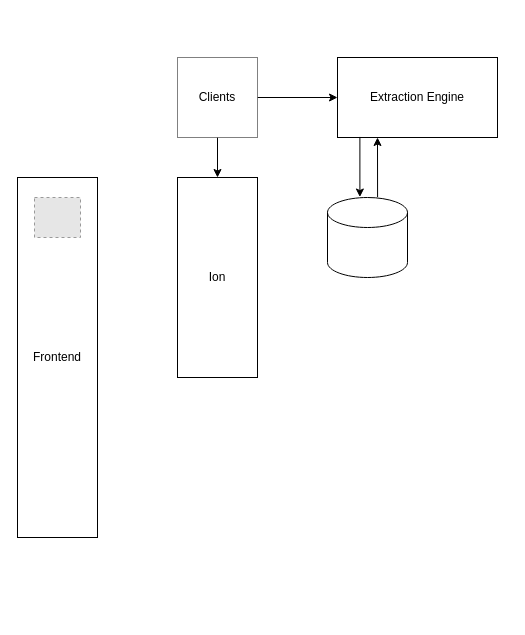
lvxhnat/ion keeps this draw.io diagram as assets/architecture.drawio. Above is the earlier version. Source tidied: cells renumbered, new cells numbered last; positions are measured from the earlier drawing's top-left corner, leaving out a move shared by most shapes. Both pictures are drawn from the tidied source at 100%, with x=0, y=0 at pixel (17, 57). Pictures stored in the file or linked from it are replaced by grey dashed boxes.
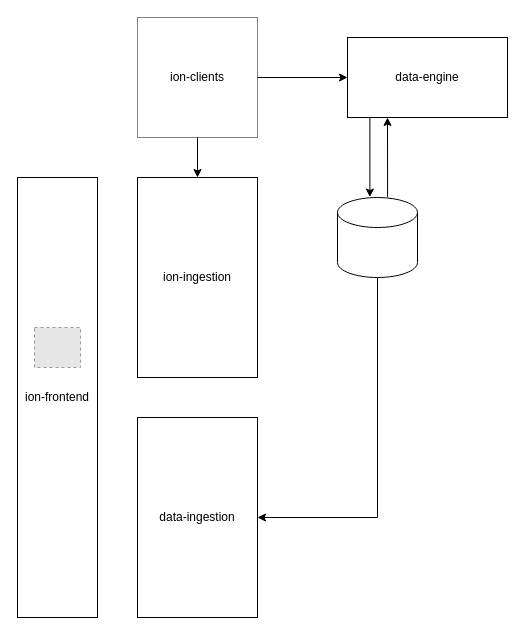
The same diagram, later.

What changed in the source:
```diff
@@
 <mxGraphModel>
   <root>
     <mxCell id="0" />
     <mxCell id="1" parent="0" />
-    <mxCell id="2" value="Frontend" style="rounded=0;whiteSpace=wrap;html=1;" parent="1" vertex="1">
-      <mxGeometry y="120" width="80" height="360" as="geometry" />
+    <mxCell id="2" value="ion-frontend" style="rounded=0;whiteSpace=wrap;html=1;" parent="1" vertex="1">
+      <mxGeometry y="120" width="80" height="440" as="geometry" />
     </mxCell>
     <mxCell id="3" style="fillColor=#E6E6E6;strokeColor=#999999;dashed=1;verticalLabelPosition=bottom;labelBackgroundColor=default;verticalAlign=top;" parent="1" vertex="1">
-      <mxGeometry x="17" y="140" width="46" height="40" as="geometry" />
+      <mxGeometry x="17" y="270" width="46" height="40" as="geometry" />
     </mxCell>
-    <mxCell id="4" value="Ion" style="rounded=0;whiteSpace=wrap;html=1;" parent="1" vertex="1">
-      <mxGeometry x="160" y="120" width="80" height="200" as="geometry" />
+    <mxCell id="4" value="ion-ingestion" style="rounded=0;whiteSpace=wrap;html=1;" parent="1" vertex="1">
+      <mxGeometry x="120" y="120" width="120" height="200" as="geometry" />
     </mxCell>
     <mxCell id="5" style="edgeStyle=orthogonalEdgeStyle;rounded=0;jettySize=auto;html=1;" parent="1" edge="1" source="7" target="4">
       <mxGeometry relative="1" as="geometry" />
     </mxCell>
     <mxCell id="6" style="edgeStyle=orthogonalEdgeStyle;rounded=0;jettySize=auto;html=1;" parent="1" edge="1" source="7" target="8">
       <mxGeometry relative="1" as="geometry" />
     </mxCell>
-    <mxCell id="7" value="Clients" style="whiteSpace=wrap;html=1;dashed=1;dashPattern=1 1;" parent="1" vertex="1">
-      <mxGeometry x="160" width="80" height="80" as="geometry" />
+    <mxCell id="7" value="ion-clients" style="whiteSpace=wrap;html=1;dashed=1;dashPattern=1 1;" parent="1" vertex="1">
+      <mxGeometry x="120" y="-40" width="120" height="120" as="geometry" />
     </mxCell>
-    <mxCell id="8" value="Extraction Engine" style="rounded=0;whiteSpace=wrap;html=1;" parent="1" vertex="1">
-      <mxGeometry x="320" width="160" height="80" as="geometry" />
+    <mxCell id="8" value="data-engine" style="rounded=0;whiteSpace=wrap;html=1;" parent="1" vertex="1">
+      <mxGeometry x="330" y="-20" width="160" height="80" as="geometry" />
     </mxCell>
+    <mxCell id="12" style="edgeStyle=orthogonalEdgeStyle;rounded=0;jettySize=auto;html=1;entryX=1;entryY=0.5;entryDx=0;entryDy=0;exitX=0.5;exitY=1;exitDx=0;exitDy=0;exitPerimeter=0;" parent="1" edge="1" source="9" target="13">
+      <mxGeometry relative="1" as="geometry" />
+    </mxCell>
     <mxCell id="9" style="shape=cylinder3;whiteSpace=wrap;html=1;boundedLbl=1;backgroundOutline=1;size=15;" parent="1" vertex="1">
-      <mxGeometry x="310" y="140" width="80" height="80" as="geometry" />
+      <mxGeometry x="320" y="140" width="80" height="80" as="geometry" />
     </mxCell>
     <mxCell id="10" style="endArrow=classic;html=1;rounded=0;entryX=0.25;entryY=1;entryDx=0;entryDy=0;exitX=0.626;exitY=-0.006;exitDx=0;exitDy=0;exitPerimeter=0;" parent="1" edge="1" source="9" target="8">
       <mxGeometry relative="1" as="geometry" />
     </mxCell>
     <mxCell id="11" style="endArrow=classic;html=1;rounded=0;exitX=0.14;exitY=0.993;exitDx=0;exitDy=0;exitPerimeter=0;entryX=0.405;entryY=-0.006;entryDx=0;entryDy=0;entryPerimeter=0;" parent="1" edge="1" source="8" target="9">
       <mxGeometry relative="1" as="geometry" />
     </mxCell>
+    <mxCell id="13" value="data-ingestion" style="rounded=0;whiteSpace=wrap;html=1;" parent="1" vertex="1">
+      <mxGeometry x="120" y="360" width="120" height="200" as="geometry" />
+    </mxCell>
   </root>
 </mxGraphModel>
```
